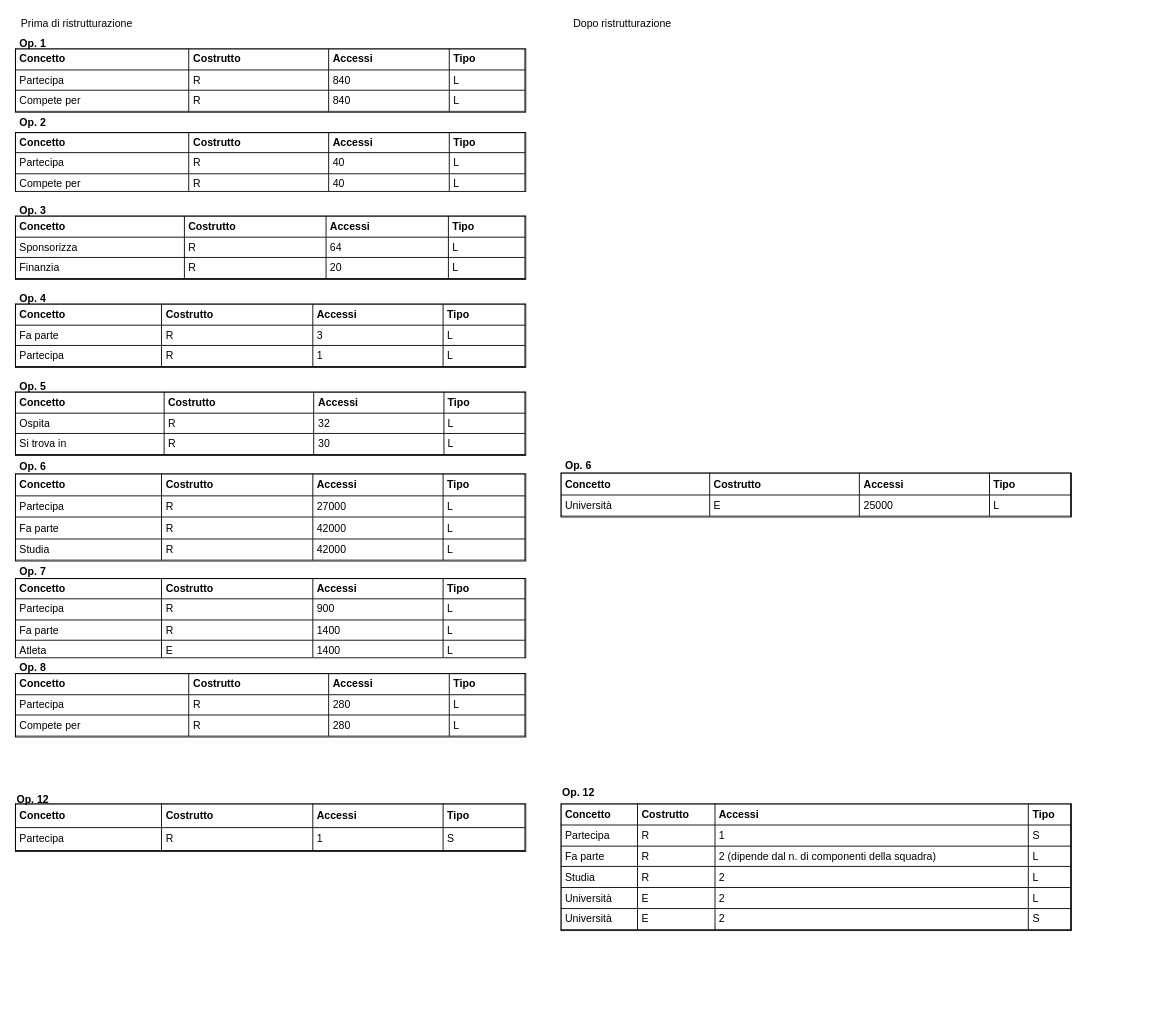
Above: page "Accessi" (7 of 7) of Olimpiadi studentesche.drawio in giovannivelludo/database-project (draw.io), before the change. Source tidied: cells renumbered, new cells numbered last; positions are measured from the earlier drawing's top-left corner, leaving out a move shared by most shapes. Both pictures are drawn from the tidied source at 88%, with x=0, y=0 at pixel (15, 15).
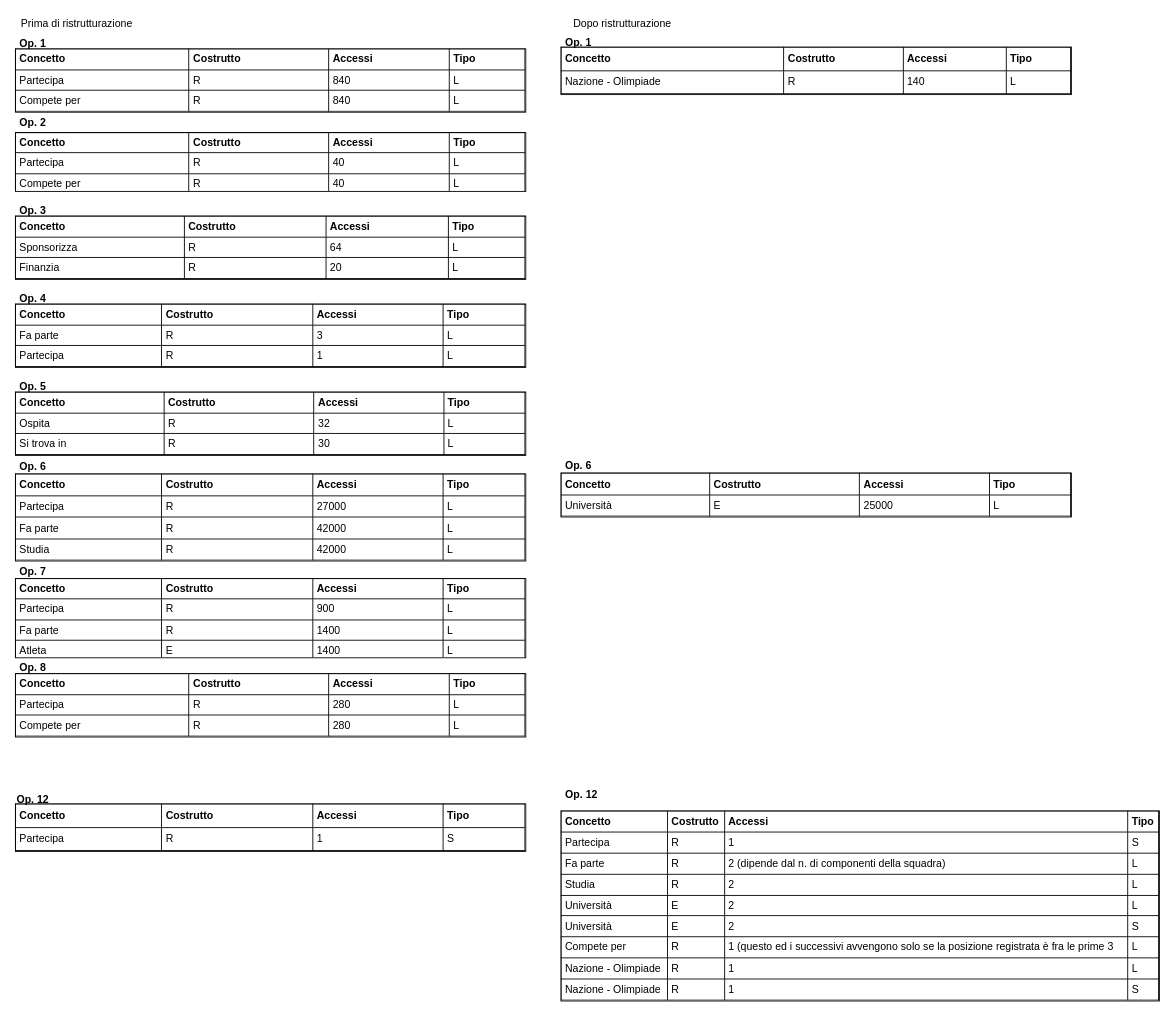
Above is the later version.

Commit message:
aggiornati accessi dopo aggiunta ridondanza

Diff of the diagram source:
```diff
@@
     <mxCell id="34" style="group;" parent="1" vertex="1">
-      <mxGeometry x="620" y="880" width="580" height="160" as="geometry" />
+      <mxGeometry x="620" y="880" width="680" height="240" as="geometry" />
     </mxCell>
-    <mxCell id="35" value="&lt;table style=&quot;width: 100% ; height: 100% ; border-collapse: collapse ; border: 1px solid rgb(0 , 0 , 0)&quot; width=&quot;100%&quot; cellpadding=&quot;4&quot; border=&quot;1&quot; align=&quot;left&quot;&gt;&lt;tbody&gt;&lt;tr style=&quot;color: rgb(255 , 255 , 255)&quot;&gt;&lt;th align=&quot;left&quot;&gt;&lt;span&gt;&lt;font color=&quot;#000000&quot;&gt;Concetto&lt;br&gt;&lt;/font&gt;&lt;/span&gt;&lt;/th&gt;&lt;th align=&quot;left&quot;&gt;&lt;span&gt;&lt;font color=&quot;#000000&quot;&gt;Costrutto&lt;br&gt;&lt;/font&gt;&lt;/span&gt;&lt;/th&gt;&lt;td&gt;&lt;font color=&quot;#000000&quot;&gt;&lt;b&gt;Accessi&lt;/b&gt;&lt;/font&gt;&lt;br&gt;&lt;/td&gt;&lt;td&gt;&lt;b&gt;&lt;font color=&quot;#000000&quot;&gt;Tipo&lt;/font&gt;&lt;/b&gt;&lt;br&gt;&lt;/td&gt;&lt;/tr&gt;&lt;tr&gt;&lt;td&gt;Partecipa&lt;br&gt;&lt;/td&gt;&lt;td&gt;&lt;span&gt;R&lt;br&gt;&lt;/span&gt;&lt;/td&gt;&lt;td&gt;1&lt;/td&gt;&lt;td&gt;S&lt;/td&gt;&lt;/tr&gt;&lt;tr&gt;&lt;td&gt;Fa parte&lt;/td&gt;&lt;td&gt;R&lt;/td&gt;&lt;td&gt;2 (dipende dal n. di componenti della squadra)&lt;/td&gt;&lt;td&gt;L&lt;/td&gt;&lt;/tr&gt;&lt;tr&gt;&lt;td&gt;Studia&lt;/td&gt;&lt;td&gt;R&lt;/td&gt;&lt;td&gt;2&lt;/td&gt;&lt;td&gt;L&lt;/td&gt;&lt;/tr&gt;&lt;tr&gt;&lt;td&gt;Università&lt;/td&gt;&lt;td&gt;E&lt;/td&gt;&lt;td&gt;2&lt;/td&gt;&lt;td&gt;L&lt;/td&gt;&lt;/tr&gt;&lt;tr&gt;&lt;td&gt;Università&lt;/td&gt;&lt;td&gt;E&lt;/td&gt;&lt;td&gt;2&lt;/td&gt;&lt;td&gt;S&lt;/td&gt;&lt;/tr&gt;&lt;/tbody&gt;&lt;/table&gt;" style="text;html=1;strokeColor=#000000;fillColor=#ffffff;overflow=fill;rounded=0;" parent="34" vertex="1">
-      <mxGeometry y="16" width="580" height="144" as="geometry" />
+    <mxCell id="35" value="&lt;table style=&quot;width: 100% ; height: 100% ; border-collapse: collapse ; border: 1px solid rgb(0 , 0 , 0)&quot; width=&quot;100%&quot; cellpadding=&quot;4&quot; border=&quot;1&quot; align=&quot;left&quot;&gt;&lt;tbody&gt;&lt;tr style=&quot;color: rgb(255 , 255 , 255)&quot;&gt;&lt;th align=&quot;left&quot;&gt;&lt;span&gt;&lt;font color=&quot;#000000&quot;&gt;Concetto&lt;br&gt;&lt;/font&gt;&lt;/span&gt;&lt;/th&gt;&lt;th align=&quot;left&quot;&gt;&lt;span&gt;&lt;font color=&quot;#000000&quot;&gt;Costrutto&lt;br&gt;&lt;/font&gt;&lt;/span&gt;&lt;/th&gt;&lt;td&gt;&lt;font color=&quot;#000000&quot;&gt;&lt;b&gt;Accessi&lt;/b&gt;&lt;/font&gt;&lt;br&gt;&lt;/td&gt;&lt;td&gt;&lt;b&gt;&lt;font color=&quot;#000000&quot;&gt;Tipo&lt;/font&gt;&lt;/b&gt;&lt;br&gt;&lt;/td&gt;&lt;/tr&gt;&lt;tr&gt;&lt;td&gt;Partecipa&lt;br&gt;&lt;/td&gt;&lt;td&gt;&lt;span&gt;R&lt;br&gt;&lt;/span&gt;&lt;/td&gt;&lt;td&gt;1&lt;/td&gt;&lt;td&gt;S&lt;/td&gt;&lt;/tr&gt;&lt;tr&gt;&lt;td&gt;Fa parte&lt;/td&gt;&lt;td&gt;R&lt;/td&gt;&lt;td&gt;2 (dipende dal n. di componenti della squadra)&lt;/td&gt;&lt;td&gt;L&lt;/td&gt;&lt;/tr&gt;&lt;tr&gt;&lt;td&gt;Studia&lt;/td&gt;&lt;td&gt;R&lt;/td&gt;&lt;td&gt;2&lt;/td&gt;&lt;td&gt;L&lt;/td&gt;&lt;/tr&gt;&lt;tr&gt;&lt;td&gt;Università&lt;/td&gt;&lt;td&gt;E&lt;/td&gt;&lt;td&gt;2&lt;/td&gt;&lt;td&gt;L&lt;/td&gt;&lt;/tr&gt;&lt;tr&gt;&lt;td&gt;Università&lt;/td&gt;&lt;td&gt;E&lt;/td&gt;&lt;td&gt;2&lt;/td&gt;&lt;td&gt;S&lt;/td&gt;&lt;/tr&gt;&lt;tr&gt;&lt;td&gt;Compete per&lt;/td&gt;&lt;td&gt;R&lt;/td&gt;&lt;td&gt;1 (questo ed i successivi avvengono solo se la posizione registrata è fra le prime 3&lt;/td&gt;&lt;td&gt;L&lt;/td&gt;&lt;/tr&gt;&lt;tr&gt;&lt;td&gt;Nazione - Olimpiade&lt;/td&gt;&lt;td&gt;R&lt;/td&gt;&lt;td&gt;1&lt;/td&gt;&lt;td&gt;L&lt;/td&gt;&lt;/tr&gt;&lt;tr&gt;&lt;td&gt;Nazione - Olimpiade&lt;/td&gt;&lt;td&gt;R&lt;/td&gt;&lt;td&gt;1&lt;/td&gt;&lt;td&gt;S&lt;/td&gt;&lt;/tr&gt;&lt;/tbody&gt;&lt;/table&gt;" style="text;html=1;strokeColor=#000000;fillColor=#ffffff;overflow=fill;rounded=0;" parent="34" vertex="1">
+      <mxGeometry y="24" width="680" height="216" as="geometry" />
     </mxCell>
     <mxCell id="36" value="&lt;b&gt;Op. 12&lt;br&gt;&lt;/b&gt;" style="text;html=1;strokeColor=none;fillColor=none;align=center;verticalAlign=middle;whiteSpace=wrap;rounded=0;" parent="34" vertex="1">
-      <mxGeometry width="40" height="7.4" as="geometry" />
+      <mxGeometry width="46.9" height="11.2" as="geometry" />
     </mxCell>
+    <mxCell id="37" style="group;" parent="1" vertex="1">
+      <mxGeometry x="620" y="30" width="580" height="60" as="geometry" />
+    </mxCell>
+    <mxCell id="38" value="&lt;table style=&quot;width: 100% ; height: 100% ; border-collapse: collapse ; border: 1px solid rgb(0 , 0 , 0)&quot; width=&quot;100%&quot; cellpadding=&quot;4&quot; border=&quot;1&quot; align=&quot;left&quot;&gt;&lt;tbody&gt;&lt;tr style=&quot;color: rgb(255 , 255 , 255)&quot;&gt;&lt;th align=&quot;left&quot;&gt;&lt;span&gt;&lt;font color=&quot;#000000&quot;&gt;Concetto&lt;br&gt;&lt;/font&gt;&lt;/span&gt;&lt;/th&gt;&lt;th align=&quot;left&quot;&gt;&lt;span&gt;&lt;font color=&quot;#000000&quot;&gt;Costrutto&lt;br&gt;&lt;/font&gt;&lt;/span&gt;&lt;/th&gt;&lt;td&gt;&lt;font color=&quot;#000000&quot;&gt;&lt;b&gt;Accessi&lt;/b&gt;&lt;/font&gt;&lt;br&gt;&lt;/td&gt;&lt;td&gt;&lt;b&gt;&lt;font color=&quot;#000000&quot;&gt;Tipo&lt;/font&gt;&lt;/b&gt;&lt;br&gt;&lt;/td&gt;&lt;/tr&gt;&lt;tr&gt;&lt;td&gt;&lt;span&gt;Nazione - Olimpiade&lt;/span&gt;&lt;/td&gt;&lt;td&gt;&lt;span&gt;R&lt;br&gt;&lt;/span&gt;&lt;/td&gt;&lt;td&gt;140&lt;/td&gt;&lt;td&gt;L&lt;br&gt;&lt;/td&gt;&lt;/tr&gt;&lt;/tbody&gt;&lt;/table&gt;" style="text;html=1;strokeColor=#000000;fillColor=#ffffff;overflow=fill;rounded=0;" parent="37" vertex="1">
+      <mxGeometry y="6" width="580" height="54" as="geometry" />
+    </mxCell>
+    <mxCell id="39" value="&lt;b&gt;Op. 1&lt;br&gt;&lt;/b&gt;" style="text;html=1;strokeColor=none;fillColor=none;align=center;verticalAlign=middle;whiteSpace=wrap;rounded=0;" parent="37" vertex="1">
+      <mxGeometry width="40" height="2.8" as="geometry" />
+    </mxCell>
```
